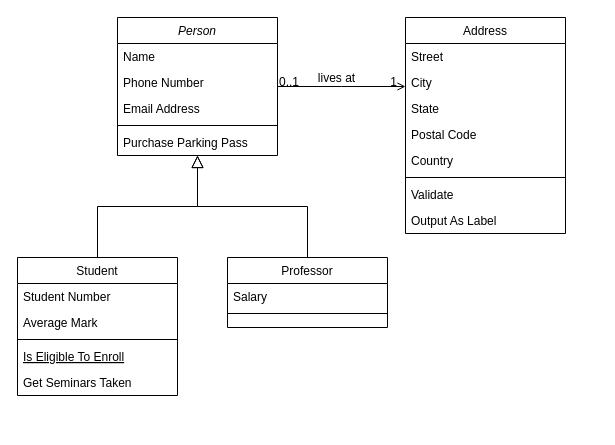
This is Untitled Diagram.drawio from dnovakovic/cc-tl-inital, a draw.io file, before an edit. Source tidied: cells renumbered, new cells numbered last; positions are measured from the earlier drawing's top-left corner, leaving out a move shared by most shapes. Both pictures are drawn from the tidied source at 100%, with x=0, y=0 at pixel (17, 17).
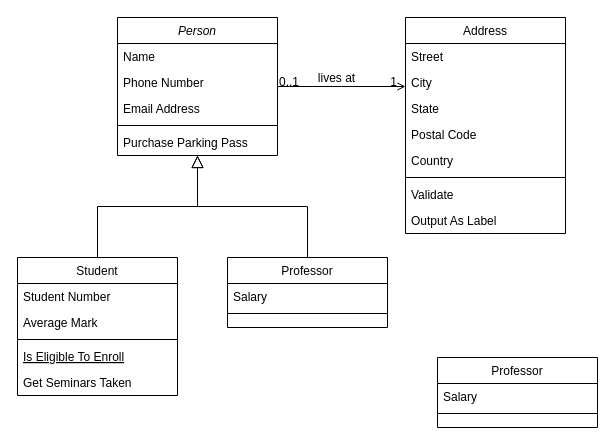
Above is the later version.

Diff of the diagram source:
```diff
@@
+    <mxCell id="32" value="Professor" style="swimlane;fontStyle=0;align=center;verticalAlign=top;horizontal=1;startSize=26;rounded=0;shadow=0;strokeWidth=1;" parent="1" vertex="1">
+      <mxGeometry x="420" y="340" width="160" height="70" as="geometry" />
+    </mxCell>
+    <mxCell id="33" value="Salary" style="text;align=left;verticalAlign=top;spacingLeft=4;spacingRight=4;overflow=hidden;" parent="32" vertex="1">
+      <mxGeometry y="26" width="160" height="26" as="geometry" />
+    </mxCell>
+    <mxCell id="34" style="line;html=1;strokeWidth=1;align=left;verticalAlign=middle;spacingTop=-1;spacingLeft=3;spacingRight=3;labelPosition=right;" parent="32" vertex="1">
+      <mxGeometry y="52" width="160" height="8" as="geometry" />
+    </mxCell>
```
